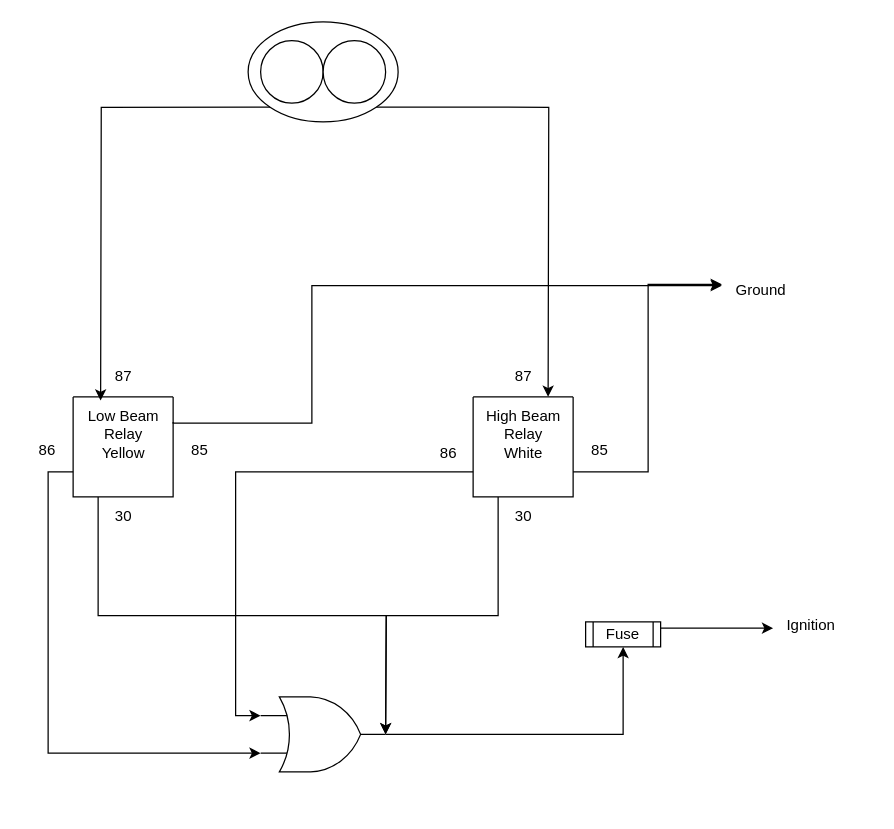
Above: Mini Driving Light.drawio in cjayacopra/diagrams (draw.io), before the change. Source tidied: cells renumbered, new cells numbered last; positions are measured from the earlier drawing's top-left corner, leaving out a move shared by most shapes. Both pictures are drawn from the tidied source at 125%, with x=0, y=0 at pixel (21, 21).
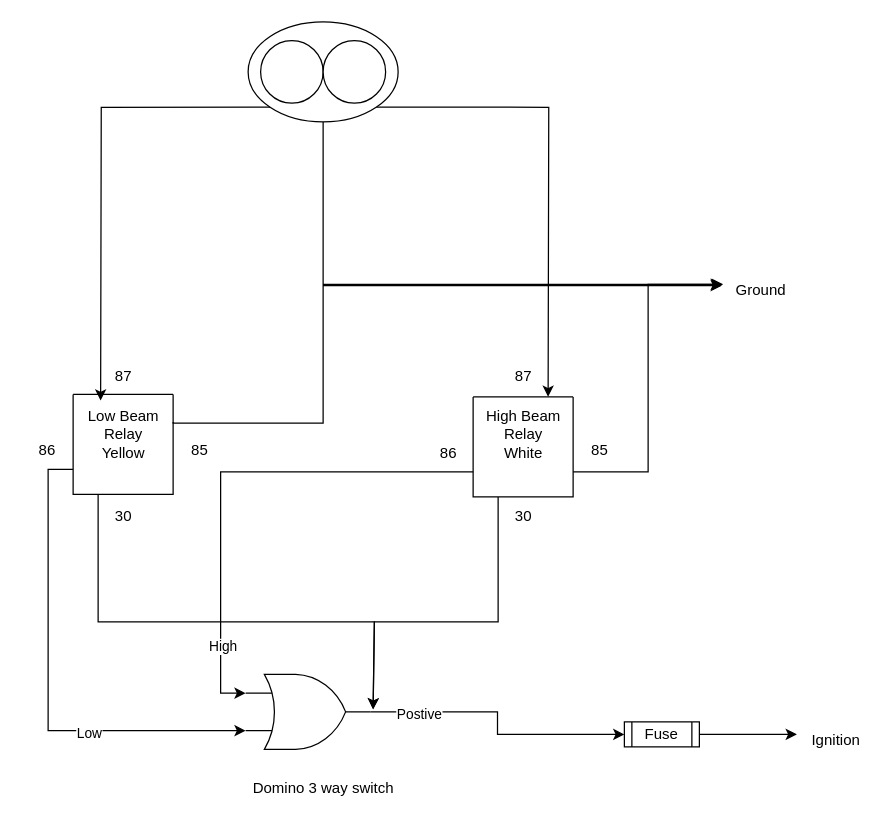
The same diagram, later.

Unchanged cells that the change refers to:
```xml
<mxCell id="3" style="ellipse;whiteSpace=wrap;html=1;" parent="1" vertex="1">
  <mxGeometry x="181" width="120" height="80" as="geometry" />
</mxCell>
<mxCell id="14" style="swimlane;startSize=0;" parent="1" vertex="1">
  <mxGeometry x="361" y="300" width="80" height="80" as="geometry" />
</mxCell>
<mxCell id="23" value="Ground" style="text;html=1;align=center;verticalAlign=middle;points=[];strokeColor=none;fillColor=none;" parent="1" vertex="1">
  <mxGeometry x="561" y="200" width="60" height="30" as="geometry" />
</mxCell>
<mxCell id="24" style="edgeStyle=orthogonalEdgeStyle;rounded=0;jettySize=auto;html=1;exitX=1;exitY=0.5;exitDx=0;exitDy=0;exitPerimeter=0;" parent="1" edge="1" source="25" target="21">
  <mxGeometry relative="1" as="geometry" />
</mxCell>
<mxCell id="27" style="edgeStyle=orthogonalEdgeStyle;rounded=0;jettySize=auto;html=1;exitX=0;exitY=0.75;exitDx=0;exitDy=0;entryX=0;entryY=0.25;entryDx=0;entryDy=0;entryPerimeter=0;" parent="1" edge="1" source="14" target="25">
  <mxGeometry relative="1" as="geometry" />
</mxCell>
<mxCell id="28" style="edgeStyle=orthogonalEdgeStyle;rounded=0;jettySize=auto;html=1;exitX=0;exitY=0.75;exitDx=0;exitDy=0;entryX=0;entryY=0.75;entryDx=0;entryDy=0;entryPerimeter=0;" parent="1" edge="1" source="8" target="25">
  <mxGeometry relative="1" as="geometry" />
</mxCell>
```

Diff of the diagram source:
```diff
@@
     <mxCell id="6" style="edgeStyle=orthogonalEdgeStyle;rounded=0;jettySize=auto;html=1;exitX=1;exitY=0.75;exitDx=0;exitDy=0;entryX=-0.017;entryY=0.367;entryDx=0;entryDy=0;entryPerimeter=0;" parent="1" edge="1" target="23">
       <mxGeometry relative="1" as="geometry">
         <mxPoint x="121" y="320" as="sourcePoint" />
         <Array as="points">
           <mxPoint x="121" y="321" />
-          <mxPoint x="232" y="321" />
-          <mxPoint x="232" y="211" />
+          <mxPoint x="241" y="321" />
+          <mxPoint x="241" y="211" />
         </Array>
       </mxGeometry>
     </mxCell>
-    <mxCell id="7" style="edgeStyle=orthogonalEdgeStyle;rounded=0;jettySize=auto;html=1;exitX=0.25;exitY=1;exitDx=0;exitDy=0;" parent="1" edge="1" source="8">
-      <mxGeometry relative="1" as="geometry">
-        <mxPoint x="291" y="570" as="targetPoint" />
-      </mxGeometry>
-    </mxCell>
+    <mxCell id="31" style="edgeStyle=orthogonalEdgeStyle;rounded=0;jettySize=auto;html=1;exitX=0.25;exitY=1;exitDx=0;exitDy=0;" parent="1" edge="1" source="8">
+      <mxGeometry relative="1" as="geometry">
+        <mxPoint x="281" y="550" as="targetPoint" />
+        <Array as="points">
+          <mxPoint x="61" y="480" />
+          <mxPoint x="282" y="480" />
+        </Array>
+      </mxGeometry>
+    </mxCell>
     <mxCell id="8" style="swimlane;startSize=0;" parent="1" vertex="1">
-      <mxGeometry x="41" y="300" width="80" height="80" as="geometry" />
+      <mxGeometry x="41" y="298" width="80" height="80" as="geometry" />
     </mxCell>
@@
-    <mxCell id="13" style="edgeStyle=orthogonalEdgeStyle;rounded=0;jettySize=auto;html=1;exitX=0.25;exitY=1;exitDx=0;exitDy=0;" parent="1" edge="1" source="14">
-      <mxGeometry relative="1" as="geometry">
-        <mxPoint x="291" y="570" as="targetPoint" />
-      </mxGeometry>
-    </mxCell>
+    <mxCell id="32" style="edgeStyle=orthogonalEdgeStyle;rounded=0;jettySize=auto;html=1;exitX=0.25;exitY=1;exitDx=0;exitDy=0;" parent="1" edge="1" source="14">
+      <mxGeometry relative="1" as="geometry">
+        <mxPoint x="281" y="550" as="targetPoint" />
+        <Array as="points">
+          <mxPoint x="381" y="480" />
+          <mxPoint x="282" y="480" />
+        </Array>
+      </mxGeometry>
+    </mxCell>
@@
-    <mxCell id="20" style="edgeStyle=orthogonalEdgeStyle;rounded=0;jettySize=auto;html=1;exitX=1;exitY=0.25;exitDx=0;exitDy=0;" parent="1" edge="1" source="21">
-      <mxGeometry relative="1" as="geometry">
-        <mxPoint x="601" y="485" as="targetPoint" />
-      </mxGeometry>
-    </mxCell>
     <mxCell id="21" value="Fuse" style="shape=process;whiteSpace=wrap;html=1;backgroundOutline=1;" parent="1" vertex="1">
-      <mxGeometry x="451" y="480" width="60" height="20" as="geometry" />
+      <mxGeometry x="482" y="560" width="60" height="20" as="geometry" />
     </mxCell>
@@
+    <mxCell id="33" value="Postive" style="edgeLabel;html=1;align=center;verticalAlign=middle;" parent="24" vertex="1">
+      <mxGeometry x="-0.66" y="-1" relative="1" as="geometry" />
+    </mxCell>
     <mxCell id="25" style="verticalLabelPosition=bottom;shadow=0;dashed=0;align=center;html=1;verticalAlign=top;shape=mxgraph.electrical.logic_gates.logic_gate;operation=or;" parent="1" vertex="1">
-      <mxGeometry x="191" y="540" width="100" height="60" as="geometry" />
+      <mxGeometry x="179" y="522" width="100" height="60" as="geometry" />
     </mxCell>
     <mxCell id="26" value="Ignition" style="text;html=1;align=center;verticalAlign=middle;points=[];strokeColor=none;fillColor=none;" parent="1" vertex="1">
-      <mxGeometry x="601" y="468" width="60" height="30" as="geometry" />
+      <mxGeometry x="621" y="560" width="60" height="30" as="geometry" />
     </mxCell>
@@
+    <mxCell id="34" value="High" style="edgeLabel;html=1;align=center;verticalAlign=middle;" parent="27" vertex="1">
+      <mxGeometry x="0.71" y="1" relative="1" as="geometry" />
+    </mxCell>
@@
+    <mxCell id="35" value="Low" style="edgeLabel;html=1;align=center;verticalAlign=middle;" parent="28" vertex="1">
+      <mxGeometry x="0.35" y="-1" relative="1" as="geometry" />
+    </mxCell>
@@
+    <mxCell id="36" value="Domino 3 way switch" style="text;html=1;align=center;verticalAlign=middle;strokeColor=none;fillColor=none;" parent="1" vertex="1">
+      <mxGeometry x="171" y="598" width="140" height="30" as="geometry" />
+    </mxCell>
+    <mxCell id="37" style="edgeStyle=orthogonalEdgeStyle;rounded=0;jettySize=auto;html=1;exitX=0.5;exitY=1;exitDx=0;exitDy=0;entryX=0;entryY=0.333;entryDx=0;entryDy=0;entryPerimeter=0;" parent="1" edge="1" source="3" target="23">
+      <mxGeometry relative="1" as="geometry" />
+    </mxCell>
+    <mxCell id="38" style="edgeStyle=orthogonalEdgeStyle;rounded=0;jettySize=auto;html=1;exitX=1;exitY=0.5;exitDx=0;exitDy=0;entryX=-0.017;entryY=0.333;entryDx=0;entryDy=0;entryPerimeter=0;" parent="1" edge="1" source="21" target="26">
+      <mxGeometry relative="1" as="geometry" />
+    </mxCell>
```
